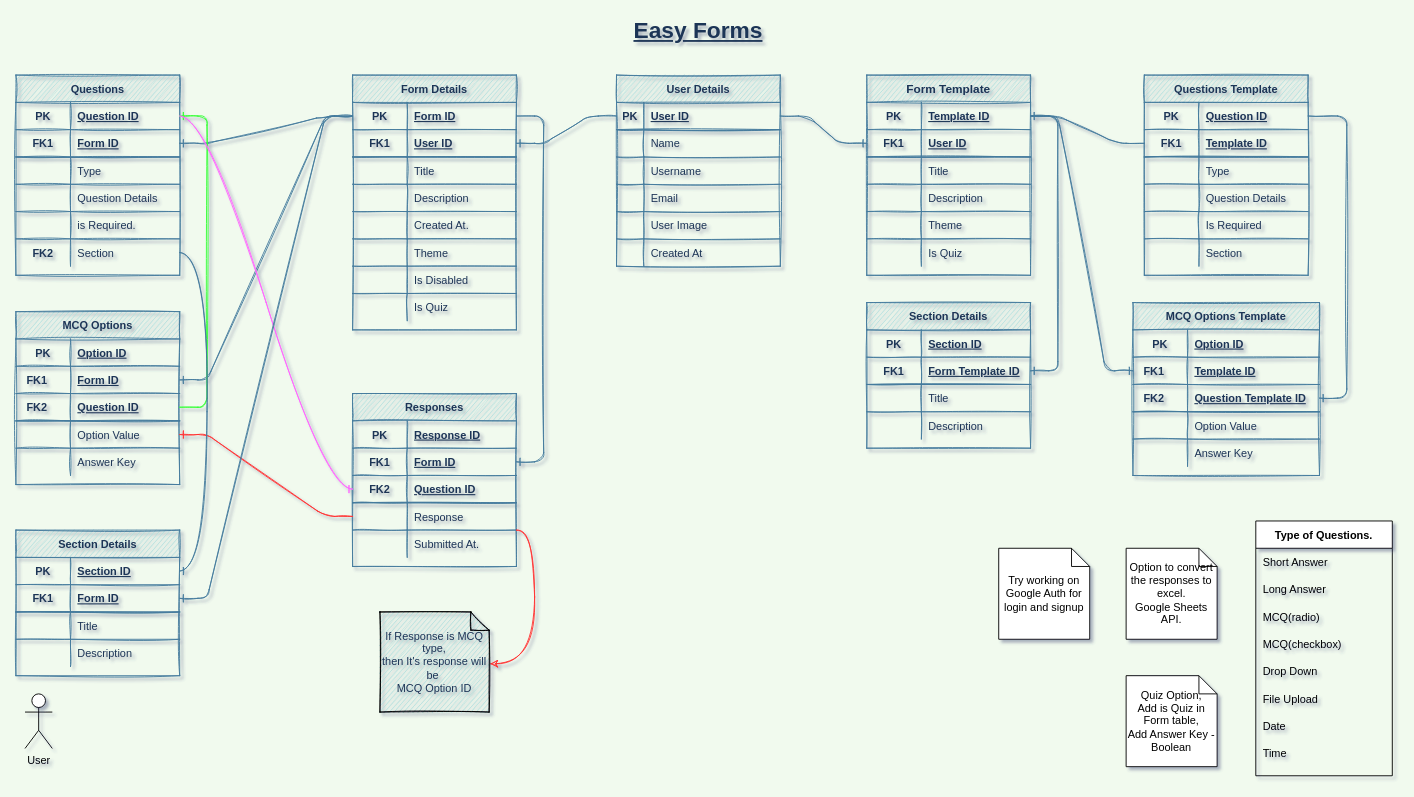
Before: Reference/DB Schema - Easy Forms.drawio in kunalkeshan/easy-forms, a draw.io diagram. Source tidied: cells renumbered, new cells numbered last; positions are measured from the earlier drawing's top-left corner, leaving out a move shared by most shapes. Both pictures are drawn from the tidied source at 91%, with x=0, y=0 at pixel (15, 20).
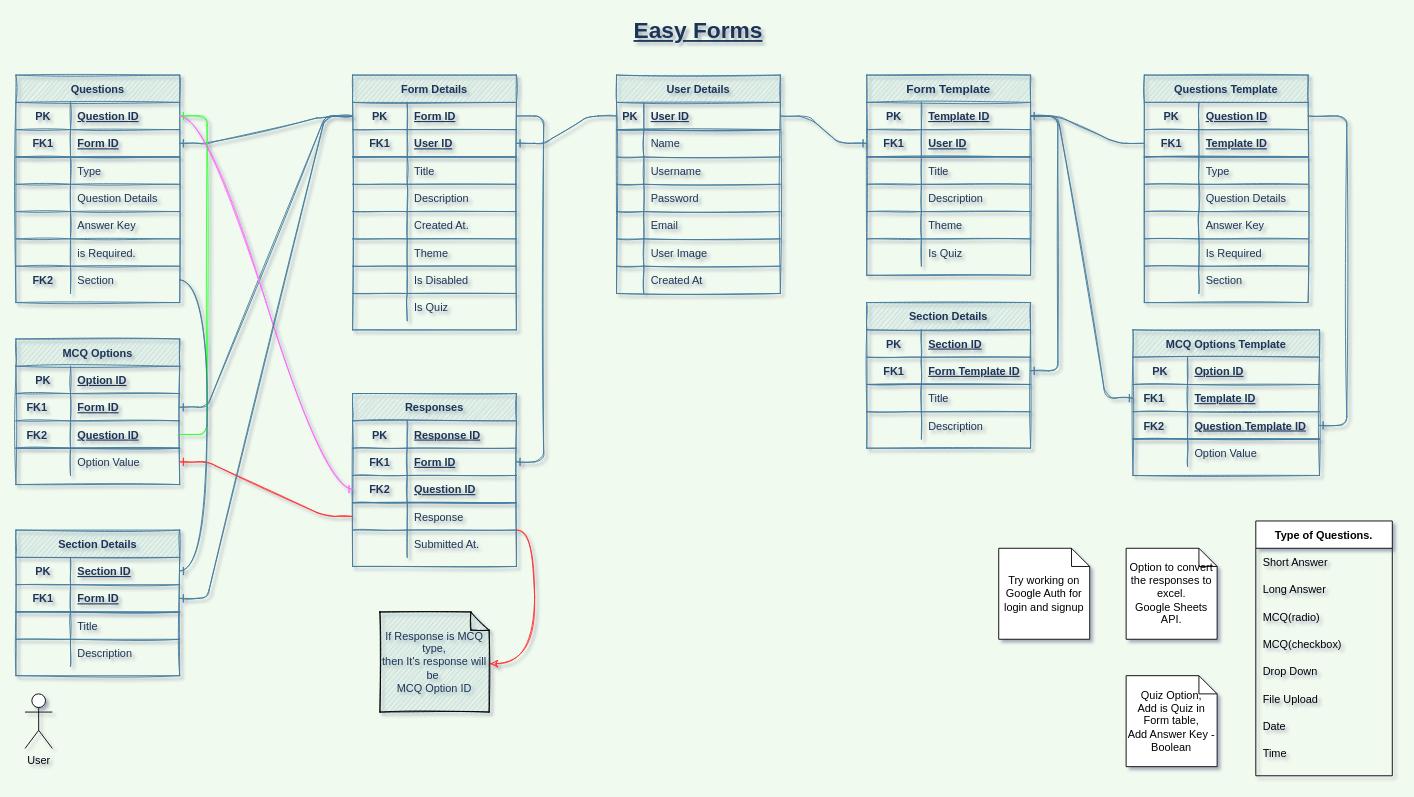
The same page after the edit.

Diff of the diagram source:
```diff
@@
     <mxCell id="3" value="User Details" style="shape=table;startSize=30;childLayout=tableLayout;rowLines=1;fontStyle=1;align=center;fillColor=#A8DADC;strokeColor=#457B9D;fontColor=#1D3557;sketch=1;" parent="1" vertex="1">
-      <mxGeometry x="660" y="60" width="180" height="210" as="geometry" />
+      <mxGeometry x="660" y="60" width="180" height="240" as="geometry" />
     </mxCell>
@@
+    <mxCell id="215" style="shape=partialRectangle;fillColor=none;top=0;left=0;bottom=0;right=0;strokeColor=#457B9D;fontColor=#1D3557;sketch=1;" parent="3" vertex="1">
+      <mxGeometry y="120" width="180" height="30" as="geometry" />
+    </mxCell>
+    <mxCell id="216" style="shape=partialRectangle;fillColor=none;top=0;left=0;bottom=0;right=0;overflow=hidden;strokeColor=#457B9D;fontColor=#1D3557;sketch=1;" parent="215" vertex="1">
+      <mxGeometry width="30" height="30" as="geometry" />
+    </mxCell>
+    <mxCell id="217" value="Password" style="shape=partialRectangle;fillColor=none;top=0;left=0;bottom=0;right=0;align=left;spacingLeft=6;overflow=hidden;strokeColor=#457B9D;fontColor=#1D3557;sketch=1;" parent="215" vertex="1">
+      <mxGeometry x="30" width="150" height="30" as="geometry" />
+    </mxCell>
     <mxCell id="13" style="shape=partialRectangle;fillColor=none;top=0;left=0;bottom=0;right=0;strokeColor=#457B9D;fontColor=#1D3557;sketch=1;" parent="3" vertex="1">
-      <mxGeometry y="120" width="180" height="30" as="geometry" />
+      <mxGeometry y="150" width="180" height="30" as="geometry" />
     </mxCell>
@@
     <mxCell id="16" style="shape=partialRectangle;fillColor=none;top=0;left=0;bottom=0;right=0;strokeColor=#457B9D;fontColor=#1D3557;sketch=1;" parent="3" vertex="1">
-      <mxGeometry y="150" width="180" height="30" as="geometry" />
+      <mxGeometry y="180" width="180" height="30" as="geometry" />
     </mxCell>
@@
     <mxCell id="19" style="shape=partialRectangle;fillColor=none;top=0;left=0;bottom=0;right=0;strokeColor=#457B9D;fontColor=#1D3557;sketch=1;" parent="3" vertex="1">
-      <mxGeometry y="180" width="180" height="30" as="geometry" />
+      <mxGeometry y="210" width="180" height="30" as="geometry" />
     </mxCell>
@@
     <mxCell id="87" value="MCQ Options" style="shape=table;startSize=30;childLayout=tableLayout;rowLines=1;fontStyle=1;align=center;fillColor=#A8DADC;strokeColor=#457B9D;fontColor=#1D3557;sketch=1;" parent="1" vertex="1">
-      <mxGeometry y="320" width="180" height="190" as="geometry" />
+      <mxGeometry y="350" width="180" height="160" as="geometry" />
     </mxCell>
@@
-    <mxCell id="100" style="shape=partialRectangle;fillColor=none;top=0;left=0;bottom=0;right=0;strokeColor=#457B9D;fontColor=#1D3557;sketch=1;" parent="87" vertex="1">
-      <mxGeometry y="150" width="180" height="30" as="geometry" />
-    </mxCell>
-    <mxCell id="101" style="shape=partialRectangle;fillColor=none;top=0;left=0;bottom=0;right=0;overflow=hidden;strokeColor=#457B9D;fontColor=#1D3557;sketch=1;" parent="100" vertex="1">
-      <mxGeometry width="60" height="30" as="geometry" />
-    </mxCell>
-    <mxCell id="102" value="Answer Key" style="shape=partialRectangle;fillColor=none;top=0;left=0;bottom=0;right=0;align=left;spacingLeft=6;overflow=hidden;strokeColor=#457B9D;fontColor=#1D3557;sketch=1;" parent="100" vertex="1">
-      <mxGeometry x="60" width="120" height="30" as="geometry" />
-    </mxCell>
     <mxCell id="103" value="Questions" style="shape=table;startSize=30;childLayout=tableLayout;rowLines=1;fontStyle=1;align=center;fillColor=#A8DADC;strokeColor=#457B9D;fontColor=#1D3557;sketch=1;" parent="1" vertex="1">
-      <mxGeometry y="60" width="180" height="220" as="geometry" />
+      <mxGeometry y="60" width="180" height="250" as="geometry" />
     </mxCell>
@@
+    <mxCell id="218" style="shape=partialRectangle;fillColor=none;top=0;left=0;bottom=0;right=0;strokeColor=#457B9D;fontColor=#1D3557;sketch=1;" parent="103" vertex="1">
+      <mxGeometry y="150" width="180" height="30" as="geometry" />
+    </mxCell>
+    <mxCell id="219" style="shape=partialRectangle;fillColor=none;top=0;left=0;bottom=0;right=0;overflow=hidden;strokeColor=#457B9D;fontColor=#1D3557;sketch=1;" parent="218" vertex="1">
+      <mxGeometry width="60" height="30" as="geometry" />
+    </mxCell>
+    <mxCell id="220" value="Answer Key" style="shape=partialRectangle;fillColor=none;top=0;left=0;bottom=0;right=0;align=left;spacingLeft=6;overflow=hidden;strokeColor=#457B9D;fontColor=#1D3557;sketch=1;" parent="218" vertex="1">
+      <mxGeometry x="60" width="120" height="30" as="geometry" />
+    </mxCell>
     <mxCell id="116" style="shape=partialRectangle;fillColor=none;top=0;left=0;bottom=0;right=0;strokeColor=#457B9D;fontColor=#1D3557;sketch=1;" parent="103" vertex="1">
-      <mxGeometry y="150" width="180" height="30" as="geometry" />
+      <mxGeometry y="180" width="180" height="30" as="geometry" />
     </mxCell>
@@
     <mxCell id="119" style="shape=partialRectangle;fillColor=none;top=0;left=0;bottom=0;right=0;points=[[0,0.5],[1,0.5]];portConstraint=eastwest;strokeColor=#457B9D;fontColor=#1D3557;sketch=1;" parent="103" vertex="1">
-      <mxGeometry y="180" width="180" height="30" as="geometry" />
+      <mxGeometry y="210" width="180" height="30" as="geometry" />
     </mxCell>
@@
     <mxCell id="127" value="Questions Template" style="shape=table;startSize=30;childLayout=tableLayout;rowLines=1;fontStyle=1;align=center;fillColor=#A8DADC;strokeColor=#457B9D;fontColor=#1D3557;sketch=1;" parent="1" vertex="1">
-      <mxGeometry x="1240" y="60" width="180" height="220" as="geometry" />
+      <mxGeometry x="1240" y="60" width="180" height="250" as="geometry" />
     </mxCell>
@@
+    <mxCell id="221" style="shape=partialRectangle;fillColor=none;top=0;left=0;bottom=0;right=0;strokeColor=#457B9D;fontColor=#1D3557;sketch=1;" parent="127" vertex="1">
+      <mxGeometry y="150" width="180" height="30" as="geometry" />
+    </mxCell>
+    <mxCell id="222" style="shape=partialRectangle;fillColor=none;top=0;left=0;bottom=0;right=0;overflow=hidden;strokeColor=#457B9D;fontColor=#1D3557;sketch=1;" parent="221" vertex="1">
+      <mxGeometry width="60" height="30" as="geometry" />
+    </mxCell>
+    <mxCell id="223" value="Answer Key" style="shape=partialRectangle;fillColor=none;top=0;left=0;bottom=0;right=0;align=left;spacingLeft=6;overflow=hidden;strokeColor=#457B9D;fontColor=#1D3557;sketch=1;" parent="221" vertex="1">
+      <mxGeometry x="60" width="120" height="30" as="geometry" />
+    </mxCell>
     <mxCell id="140" style="shape=partialRectangle;fillColor=none;top=0;left=0;bottom=0;right=0;strokeColor=#457B9D;fontColor=#1D3557;sketch=1;" parent="127" vertex="1">
-      <mxGeometry y="150" width="180" height="30" as="geometry" />
+      <mxGeometry y="180" width="180" height="30" as="geometry" />
     </mxCell>
@@
     <mxCell id="143" style="shape=partialRectangle;fillColor=none;top=0;left=0;bottom=0;right=0;strokeColor=#457B9D;fontColor=#1D3557;sketch=1;" parent="127" vertex="1">
-      <mxGeometry y="180" width="180" height="30" as="geometry" />
+      <mxGeometry y="210" width="180" height="30" as="geometry" />
     </mxCell>
@@
     <mxCell id="147" value="MCQ Options Template" style="shape=table;startSize=30;childLayout=tableLayout;rowLines=1;fontStyle=1;align=center;fillColor=#A8DADC;strokeColor=#457B9D;fontColor=#1D3557;sketch=1;" parent="1" vertex="1">
-      <mxGeometry x="1227.5" y="310" width="205" height="190" as="geometry" />
+      <mxGeometry x="1227.5" y="340" width="205" height="160" as="geometry" />
     </mxCell>
@@
-    <mxCell id="160" style="shape=partialRectangle;fillColor=none;top=0;left=0;bottom=0;right=0;strokeColor=#457B9D;fontColor=#1D3557;sketch=1;" parent="147" vertex="1">
-      <mxGeometry y="150" width="205" height="30" as="geometry" />
-    </mxCell>
-    <mxCell id="161" style="shape=partialRectangle;fillColor=none;top=0;left=0;bottom=0;right=0;overflow=hidden;strokeColor=#457B9D;fontColor=#1D3557;sketch=1;" parent="160" vertex="1">
-      <mxGeometry width="60" height="30" as="geometry" />
-    </mxCell>
-    <mxCell id="162" value="Answer Key" style="shape=partialRectangle;fillColor=none;top=0;left=0;bottom=0;right=0;align=left;spacingLeft=6;overflow=hidden;strokeColor=#457B9D;fontColor=#1D3557;sketch=1;" parent="160" vertex="1">
-      <mxGeometry x="60" width="145" height="30" as="geometry" />
-    </mxCell>
```
